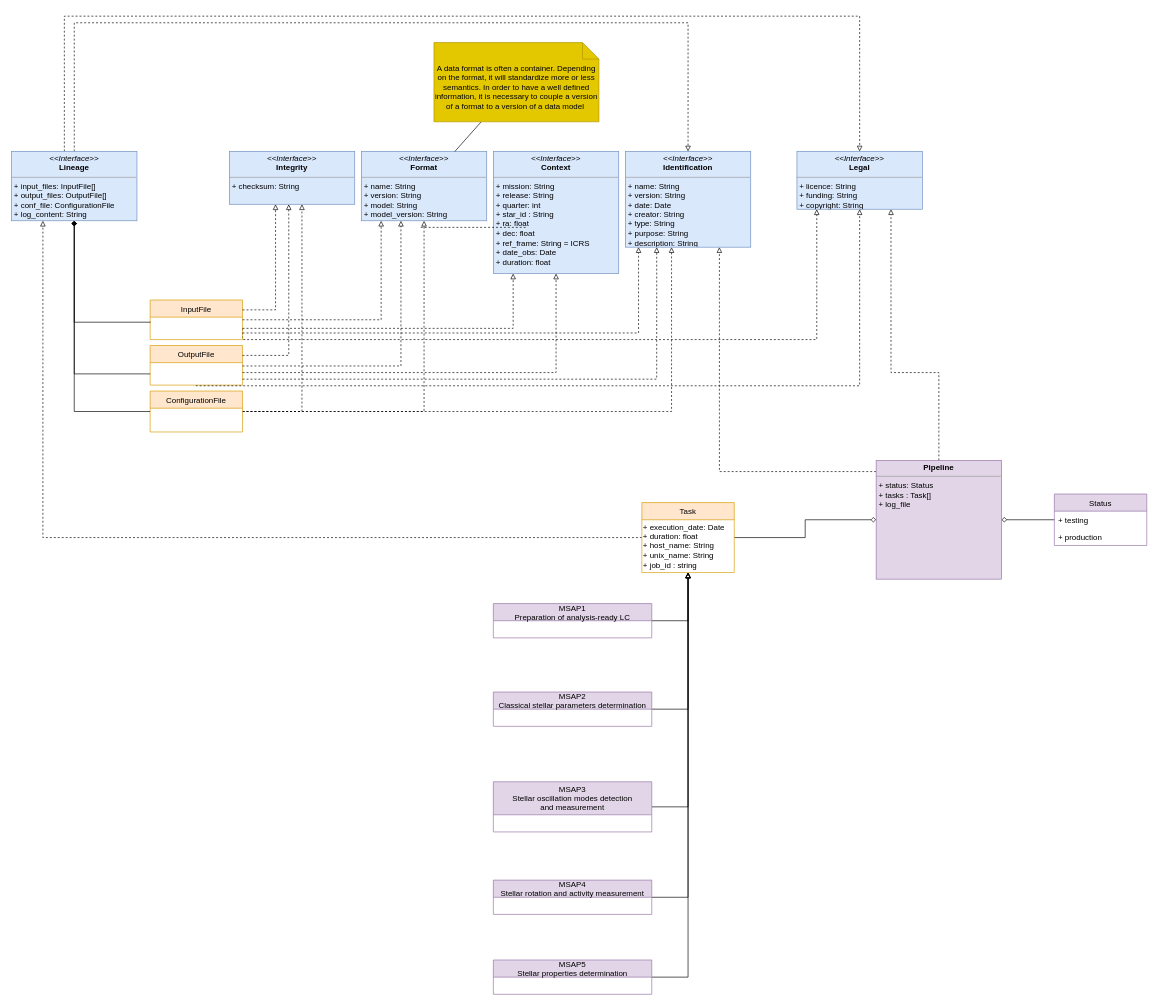
J-Christophe/platoDM keeps this draw.io diagram as Untitled Diagram.drawio. Above is the earlier version. Source tidied: cells renumbered, new cells numbered last; positions are measured from the earlier drawing's top-left corner, leaving out a move shared by most shapes. Both pictures are drawn from the tidied source at 66%, with x=0, y=0 at pixel (11, 16).
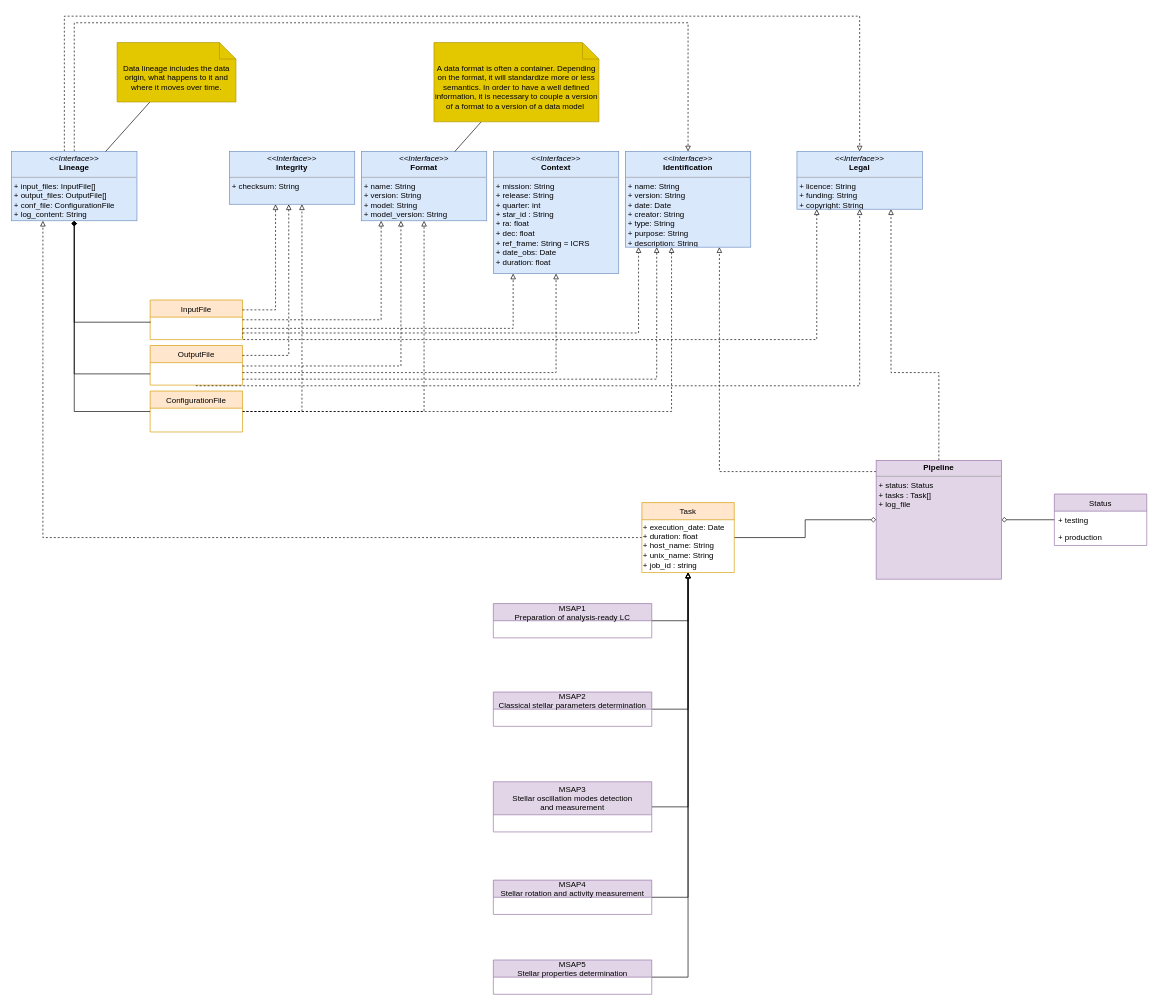
The same diagram, later.

Unchanged cells that the change refers to:
```xml
<mxCell id="36" value="&lt;p style=&quot;margin: 0px ; margin-top: 4px ; text-align: center&quot;&gt;&lt;i&gt;&amp;lt;&amp;lt;Interface&amp;gt;&amp;gt;&lt;/i&gt;&lt;br&gt;&lt;b&gt;Lineage&lt;/b&gt;&lt;/p&gt;&lt;hr size=&quot;1&quot;&gt;&lt;p style=&quot;margin: 0px 0px 0px 4px&quot;&gt;+ input_files: InputFile[]&lt;/p&gt;&lt;p style=&quot;margin: 0px 0px 0px 4px&quot;&gt;+ output_files: OutputFile[]&lt;/p&gt;&lt;p style=&quot;margin: 0px 0px 0px 4px&quot;&gt;+ conf_file: ConfigurationFile&lt;/p&gt;&lt;p style=&quot;margin: 0px 0px 0px 4px&quot;&gt;+ log_content: String&lt;/p&gt;" style="verticalAlign=top;align=left;overflow=fill;fontSize=12;fontFamily=Helvetica;html=1;fillColor=#dae8fc;strokeColor=#6c8ebf;" parent="1" vertex="1">
  <mxGeometry y="205" width="190" height="105" as="geometry" />
</mxCell>
```

The edit, as a diff of the source:
```diff
@@
-    <mxCell id="52" style="endArrow=none;html=1;rounded=0;dashed=1;" parent="1" edge="1">
-      <mxGeometry relative="1" as="geometry">
-        <mxPoint x="620" y="320" as="sourcePoint" />
-        <mxPoint x="780" y="320" as="targetPoint" />
-      </mxGeometry>
-    </mxCell>
@@
+    <mxCell id="55" style="rounded=0;jettySize=auto;html=1;entryX=0.75;entryY=0;entryDx=0;entryDy=0;startArrow=none;startFill=0;endArrow=none;endFill=0;" parent="1" edge="1" source="56" target="36">
+      <mxGeometry relative="1" as="geometry" />
+    </mxCell>
+    <mxCell id="56" value="Data lineage includes the data origin, what happens to it and where it moves over time." style="shape=note2;boundedLbl=1;whiteSpace=wrap;html=1;size=25;verticalAlign=top;align=center;fillColor=#e3c800;fontColor=#000000;strokeColor=#B09500;" parent="1" vertex="1">
+      <mxGeometry x="160" y="40" width="180" height="90" as="geometry" />
+    </mxCell>
```
